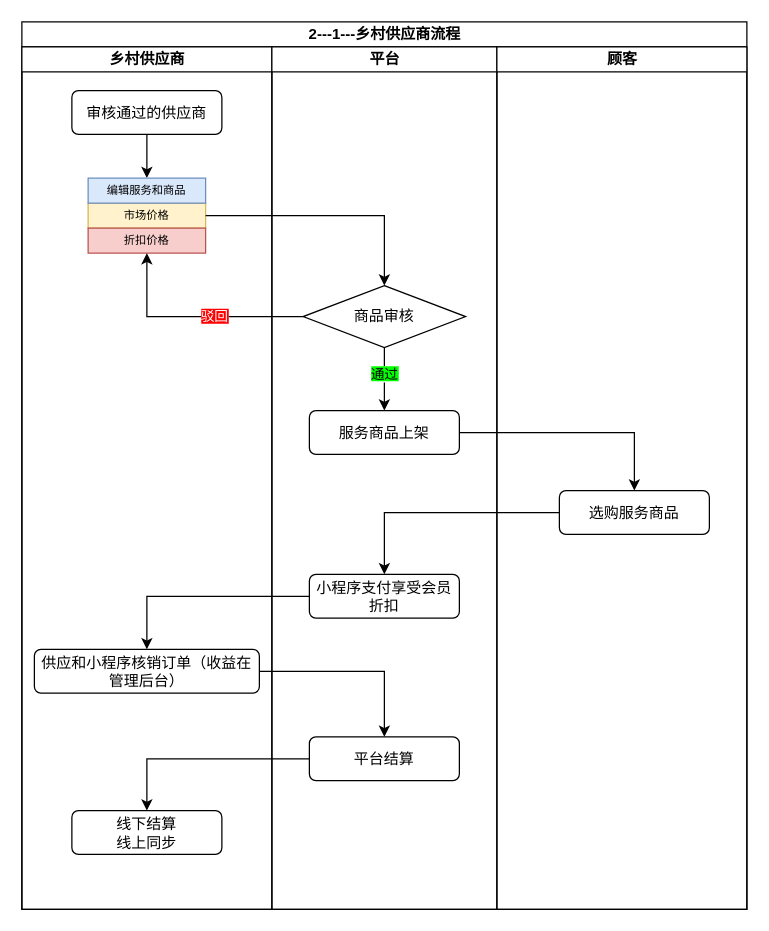
ManGuo/HealthFarm keeps this draw.io diagram as page "2-1-2-上架服务商品流程" (2 of 7) of Graph/2-1-乡村供应商流程.drawio. Above is the earlier version. Source tidied: cells renumbered, new cells numbered last; positions are measured from the earlier drawing's top-left corner, leaving out a move shared by most shapes. Both pictures are drawn from the tidied source at 125%, with x=0, y=0 at pixel (21, 21).
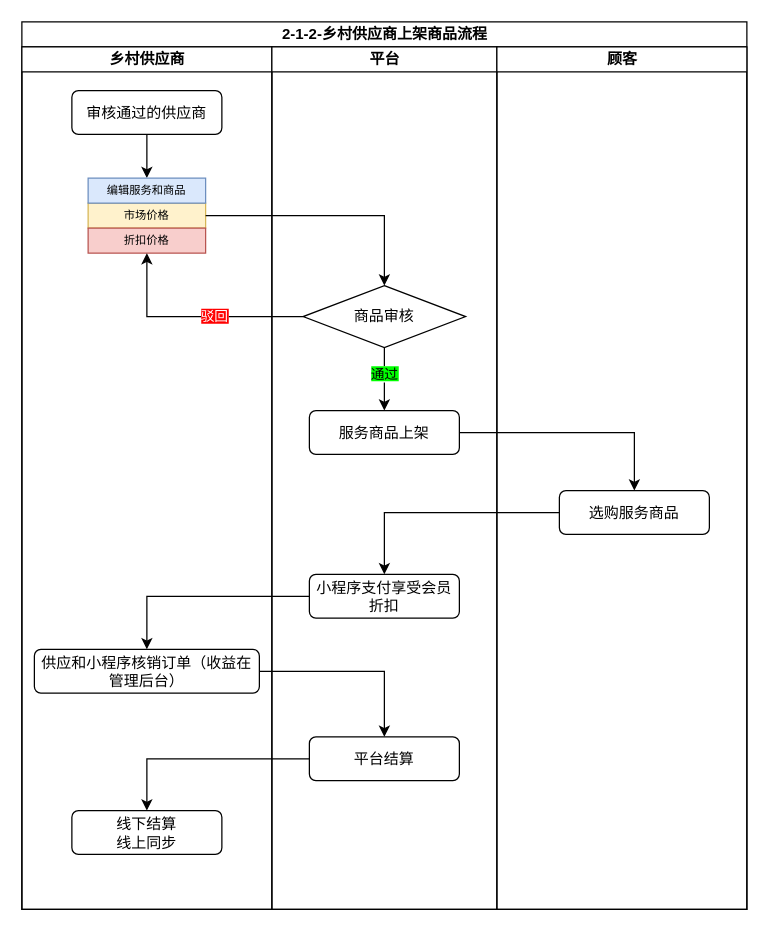
Above is the later version.

Diff of the diagram source:
```diff
@@
-    <mxCell id="2" value="2---1---乡村供应商流程" style="swimlane;startSize=20;html=1;" parent="1" vertex="1">
+    <mxCell id="2" value="2-1-2-乡村供应商上架商品流程" style="swimlane;startSize=20;html=1;" parent="1" vertex="1">
       <mxGeometry width="580" height="710" as="geometry" />
     </mxCell>
```
